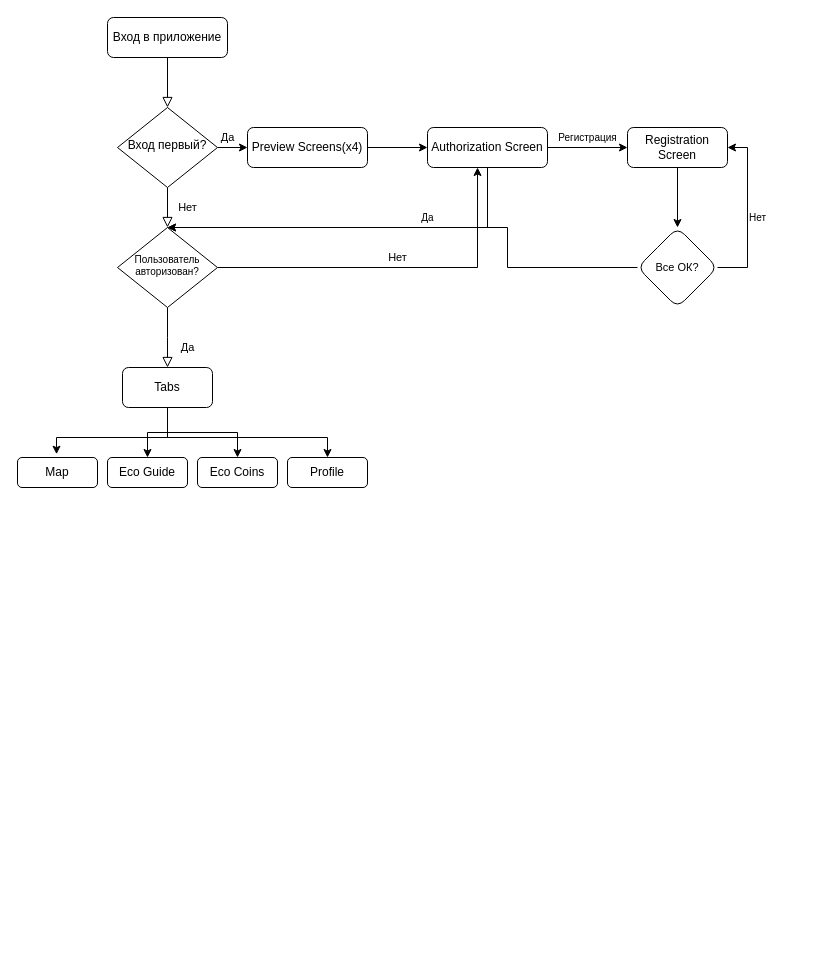
Earlier version of the draw.io diagram Untitled Diagram.drawio (IskanderA1/recycle_hub). Source tidied: cells renumbered, new cells numbered last; positions are measured from the earlier drawing's top-left corner, leaving out a move shared by most shapes. Both pictures are drawn from the tidied source at 100%, with x=0, y=0 at pixel (17, 17).
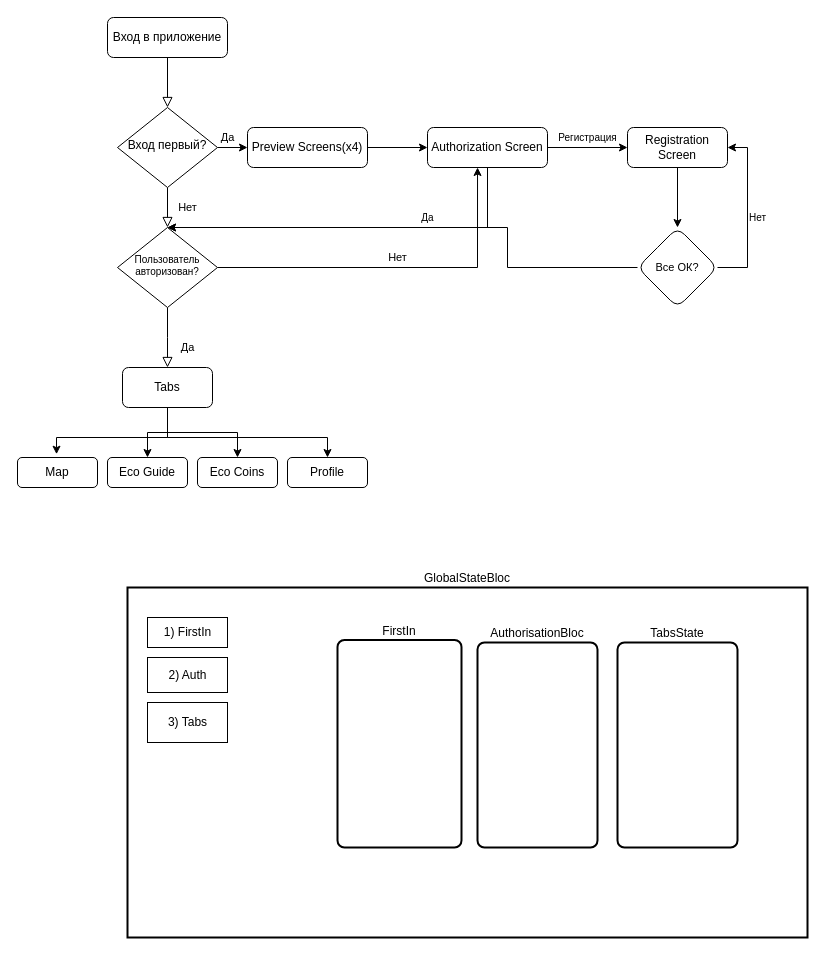
The same diagram, later.

Diff of the diagram source:
```diff
@@
+    <mxCell id="29" value="GlobalStateBloc" style="rounded=1;whiteSpace=wrap;html=1;absoluteArcSize=1;arcSize=0;strokeWidth=2;labelPosition=center;verticalLabelPosition=top;align=center;verticalAlign=bottom;" parent="1" vertex="1">
+      <mxGeometry x="110" y="570" width="680" height="350" as="geometry" />
+    </mxCell>
+    <mxCell id="30" value="AuthorisationBloc" style="rounded=1;whiteSpace=wrap;html=1;absoluteArcSize=1;arcSize=14;strokeWidth=2;labelPosition=center;verticalLabelPosition=top;align=center;verticalAlign=bottom;" parent="1" vertex="1">
+      <mxGeometry x="460" y="625" width="120" height="205" as="geometry" />
+    </mxCell>
+    <mxCell id="31" value="TabsState" style="rounded=1;whiteSpace=wrap;html=1;absoluteArcSize=1;arcSize=14;strokeWidth=2;labelPosition=center;verticalLabelPosition=top;align=center;verticalAlign=bottom;" parent="1" vertex="1">
+      <mxGeometry x="600" y="625" width="120" height="205" as="geometry" />
+    </mxCell>
+    <mxCell id="32" value="1) FirstIn" style="html=1;" parent="1" vertex="1">
+      <mxGeometry x="130" y="600" width="80" height="30" as="geometry" />
+    </mxCell>
+    <mxCell id="33" value="2) Auth" style="html=1;" parent="1" vertex="1">
+      <mxGeometry x="130" y="640" width="80" height="35" as="geometry" />
+    </mxCell>
+    <mxCell id="34" value="3) Tabs" style="html=1;" parent="1" vertex="1">
+      <mxGeometry x="130" y="685" width="80" height="40" as="geometry" />
+    </mxCell>
+    <mxCell id="35" value="FirstIn" style="rounded=1;whiteSpace=wrap;html=1;absoluteArcSize=1;arcSize=14;strokeWidth=2;labelPosition=center;verticalLabelPosition=top;align=center;verticalAlign=bottom;" parent="1" vertex="1">
+      <mxGeometry x="320" y="622.5" width="124" height="207.5" as="geometry" />
+    </mxCell>
```
